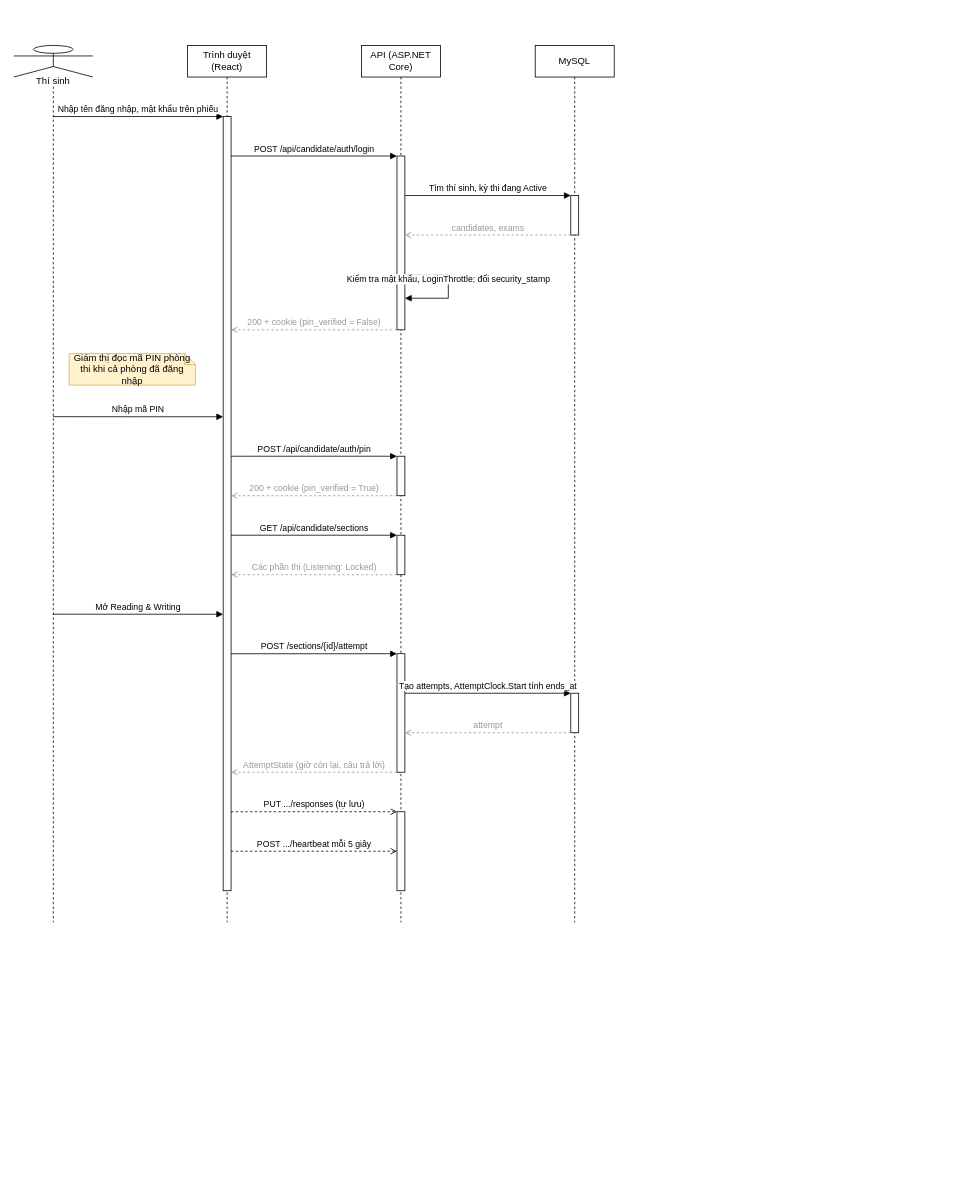
Earlier version of the draw.io diagram thesis/diagrams/seq-candidate-login.drawio (trhlow/cambridge-exam-prep). Source tidied: cells renumbered, new cells numbered last; positions are measured from the earlier drawing's top-left corner, leaving out a move shared by most shapes. Both pictures are drawn from the tidied source at 79%, with x=0, y=0 at pixel (13, 45).
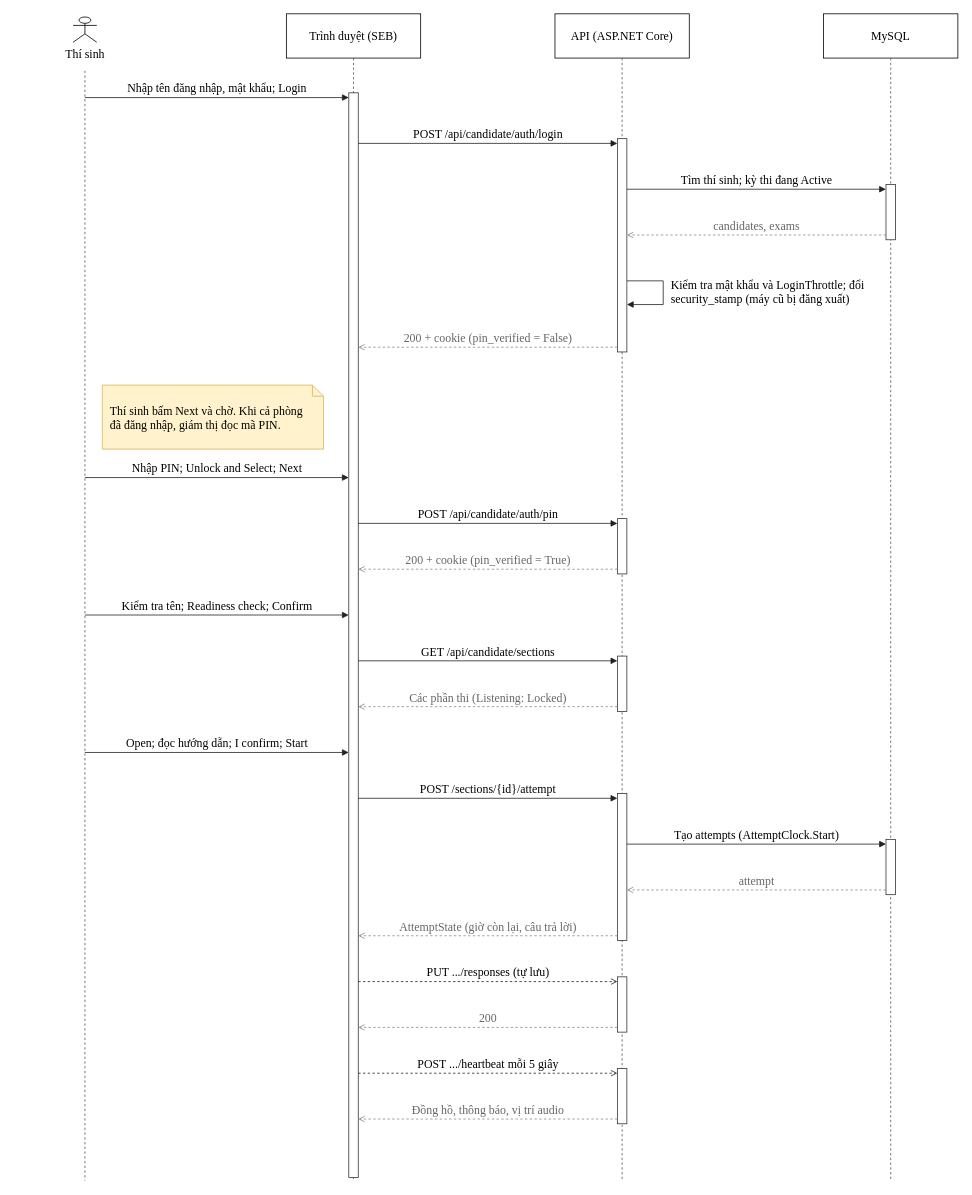
After the change.

What changed in the source:
```diff
@@
-    <mxCell id="2" value="Thí sinh" style="shape=umlLifeline;perimeter=lifelinePerimeter;whiteSpace=wrap;html=1;outlineConnect=0;portConstraint=eastwest;size=40;participant=umlActor;verticalAlign=bottom;spacingBottom=-14;labelBackgroundColor=#ffffff;" parent="1" vertex="1">
-      <mxGeometry width="100" height="1110" as="geometry" />
+    <mxCell id="2" value="Thí sinh" style="shape=umlActor;verticalLabelPosition=bottom;verticalAlign=top;html=1;outlineConnect=0;fontFamily=Times New Roman;fontSize=15;" parent="1" vertex="1">
+      <mxGeometry x="75" y="-36" width="30" height="32" as="geometry" />
     </mxCell>
-    <mxCell id="3" value="Trình duyệt (React)" style="shape=umlLifeline;perimeter=lifelinePerimeter;whiteSpace=wrap;html=1;size=40;" parent="1" vertex="1">
-      <mxGeometry x="220" width="100" height="1110" as="geometry" />
-    </mxCell>
+    <mxCell id="33" style="endArrow=none;dashed=1;html=1;strokeColor=#555555;" parent="1" edge="1">
+      <mxGeometry relative="1" as="geometry">
+        <mxPoint x="90" y="32" as="sourcePoint" />
+        <mxPoint x="90" y="1437" as="targetPoint" />
+      </mxGeometry>
+    </mxCell>
+    <mxCell id="34" value="Trình duyệt (SEB)" style="rounded=0;whiteSpace=wrap;html=1;fontFamily=Times New Roman;fontSize=15;" parent="1" vertex="1">
+      <mxGeometry x="345" y="-40" width="170" height="56" as="geometry" />
+    </mxCell>
+    <mxCell id="35" style="endArrow=none;dashed=1;html=1;strokeColor=#555555;" parent="1" edge="1">
+      <mxGeometry relative="1" as="geometry">
+        <mxPoint x="430" y="16" as="sourcePoint" />
+        <mxPoint x="430" y="1437" as="targetPoint" />
+      </mxGeometry>
+    </mxCell>
-    <mxCell id="4" value="API (ASP.NET Core)" style="shape=umlLifeline;perimeter=lifelinePerimeter;whiteSpace=wrap;html=1;size=40;" parent="1" vertex="1">
-      <mxGeometry x="440" width="100" height="1110" as="geometry" />
+    <mxCell id="4" value="API (ASP.NET Core)" style="rounded=0;whiteSpace=wrap;html=1;fontFamily=Times New Roman;fontSize=15;" parent="1" vertex="1">
+      <mxGeometry x="685" y="-40" width="170" height="56" as="geometry" />
     </mxCell>
+    <mxCell id="36" style="endArrow=none;dashed=1;html=1;strokeColor=#555555;" parent="1" edge="1">
+      <mxGeometry relative="1" as="geometry">
+        <mxPoint x="770" y="16" as="sourcePoint" />
+        <mxPoint x="770" y="1437" as="targetPoint" />
+      </mxGeometry>
+    </mxCell>
-    <mxCell id="5" value="MySQL" style="shape=umlLifeline;perimeter=lifelinePerimeter;whiteSpace=wrap;html=1;size=40;" parent="1" vertex="1">
-      <mxGeometry x="660" width="100" height="1110" as="geometry" />
+    <mxCell id="5" value="MySQL" style="rounded=0;whiteSpace=wrap;html=1;fontFamily=Times New Roman;fontSize=15;" parent="1" vertex="1">
+      <mxGeometry x="1025" y="-40" width="170" height="56" as="geometry" />
     </mxCell>
-    <mxCell id="6" style="html=1;points=[];perimeter=orthogonalPerimeter;outlineConnect=0;fillColor=#ffffff;" parent="5" vertex="1">
-      <mxGeometry x="45" y="190" width="10" height="50" as="geometry" />
-    </mxCell>
-    <mxCell id="7" style="html=1;points=[];perimeter=orthogonalPerimeter;outlineConnect=0;fillColor=#ffffff;" parent="4" vertex="1">
-      <mxGeometry x="45" y="140" width="10" height="220" as="geometry" />
-    </mxCell>
-    <mxCell id="8" style="html=1;points=[];perimeter=orthogonalPerimeter;outlineConnect=0;fillColor=#ffffff;" parent="4" vertex="1">
-      <mxGeometry x="45" y="520" width="10" height="50" as="geometry" />
-    </mxCell>
-    <mxCell id="9" style="html=1;points=[];perimeter=orthogonalPerimeter;outlineConnect=0;fillColor=#ffffff;" parent="4" vertex="1">
-      <mxGeometry x="45" y="620" width="10" height="50" as="geometry" />
-    </mxCell>
-    <mxCell id="10" style="html=1;points=[];perimeter=orthogonalPerimeter;outlineConnect=0;fillColor=#ffffff;" parent="5" vertex="1">
-      <mxGeometry x="45" y="820" width="10" height="50" as="geometry" />
-    </mxCell>
-    <mxCell id="11" style="html=1;points=[];perimeter=orthogonalPerimeter;outlineConnect=0;fillColor=#ffffff;" parent="4" vertex="1">
-      <mxGeometry x="45" y="770" width="10" height="150" as="geometry" />
-    </mxCell>
-    <mxCell id="12" style="html=1;points=[];perimeter=orthogonalPerimeter;outlineConnect=0;fillColor=#ffffff;" parent="3" vertex="1">
-      <mxGeometry x="45" y="90" width="10" height="980" as="geometry" />
-    </mxCell>
-    <mxCell id="13" style="html=1;points=[];perimeter=orthogonalPerimeter;outlineConnect=0;fillColor=#ffffff;" parent="4" vertex="1">
-      <mxGeometry x="45" y="970" width="10" height="100" as="geometry" />
-    </mxCell>
-    <mxCell id="14" value="Nhập tên đăng nhập, mật khẩu trên phiếu" style="html=1;verticalAlign=bottom;endArrow=block;curved=0;rounded=0;exitX=0.5;exitY=0.0811;entryX=0;entryY=0.0;" parent="1" edge="1" source="2" target="12">
-      <mxGeometry relative="1" as="geometry" />
-    </mxCell>
+    <mxCell id="37" style="endArrow=none;dashed=1;html=1;strokeColor=#555555;" parent="1" edge="1">
+      <mxGeometry relative="1" as="geometry">
+        <mxPoint x="1110" y="16" as="sourcePoint" />
+        <mxPoint x="1110" y="1437" as="targetPoint" />
+      </mxGeometry>
+    </mxCell>
+    <mxCell id="38" style="rounded=0;whiteSpace=wrap;html=1;fillColor=#ffffff;strokeColor=#333333;" parent="1" vertex="1">
+      <mxGeometry x="1104" y="176" width="12" height="70" as="geometry" />
+    </mxCell>
+    <mxCell id="39" style="rounded=0;whiteSpace=wrap;html=1;fillColor=#ffffff;strokeColor=#333333;" parent="1" vertex="1">
+      <mxGeometry x="764" y="118" width="12" height="270" as="geometry" />
+    </mxCell>
+    <mxCell id="40" style="rounded=0;whiteSpace=wrap;html=1;fillColor=#ffffff;strokeColor=#333333;" parent="1" vertex="1">
+      <mxGeometry x="764" y="599" width="12" height="70" as="geometry" />
+    </mxCell>
+    <mxCell id="41" style="rounded=0;whiteSpace=wrap;html=1;fillColor=#ffffff;strokeColor=#333333;" parent="1" vertex="1">
+      <mxGeometry x="764" y="773" width="12" height="70" as="geometry" />
+    </mxCell>
+    <mxCell id="42" style="rounded=0;whiteSpace=wrap;html=1;fillColor=#ffffff;strokeColor=#333333;" parent="1" vertex="1">
+      <mxGeometry x="1104" y="1005" width="12" height="70" as="geometry" />
+    </mxCell>
+    <mxCell id="43" style="rounded=0;whiteSpace=wrap;html=1;fillColor=#ffffff;strokeColor=#333333;" parent="1" vertex="1">
+      <mxGeometry x="764" y="947" width="12" height="186" as="geometry" />
+    </mxCell>
+    <mxCell id="44" style="rounded=0;whiteSpace=wrap;html=1;fillColor=#ffffff;strokeColor=#333333;" parent="1" vertex="1">
+      <mxGeometry x="764" y="1179" width="12" height="70" as="geometry" />
+    </mxCell>
+    <mxCell id="45" style="rounded=0;whiteSpace=wrap;html=1;fillColor=#ffffff;strokeColor=#333333;" parent="1" vertex="1">
+      <mxGeometry x="764" y="1295" width="12" height="70" as="geometry" />
+    </mxCell>
+    <mxCell id="46" style="rounded=0;whiteSpace=wrap;html=1;fillColor=#ffffff;strokeColor=#333333;" parent="1" vertex="1">
+      <mxGeometry x="424" y="60" width="12" height="1373" as="geometry" />
+    </mxCell>
+    <mxCell id="47" value="Nhập tên đăng nhập, mật khẩu; Login" style="endArrow=block;endFill=1;html=1;rounded=0;strokeColor=#222222;fontFamily=Times New Roman;fontSize=15;labelBackgroundColor=#ffffff;verticalAlign=bottom;" parent="1" edge="1">
+      <mxGeometry relative="1" as="geometry">
+        <mxPoint x="90" y="66" as="sourcePoint" />
+        <mxPoint x="424" y="66" as="targetPoint" />
+      </mxGeometry>
+    </mxCell>
-    <mxCell id="15" value="POST /api/candidate/auth/login" style="html=1;verticalAlign=bottom;endArrow=block;curved=0;rounded=0;exitX=1;exitY=0.051;entryX=0;entryY=0.0;" parent="1" edge="1" source="12" target="7">
-      <mxGeometry relative="1" as="geometry" />
+    <mxCell id="15" value="POST /api/candidate/auth/login" style="endArrow=block;endFill=1;html=1;rounded=0;strokeColor=#222222;fontFamily=Times New Roman;fontSize=15;labelBackgroundColor=#ffffff;verticalAlign=bottom;" parent="1" edge="1">
+      <mxGeometry relative="1" as="geometry">
+        <mxPoint x="436" y="124" as="sourcePoint" />
+        <mxPoint x="764" y="124" as="targetPoint" />
+      </mxGeometry>
     </mxCell>
-    <mxCell id="16" value="Tìm thí sinh, kỳ thi đang Active" style="html=1;verticalAlign=bottom;endArrow=block;curved=0;rounded=0;exitX=1;exitY=0.2273;entryX=0;entryY=0.0;" parent="1" edge="1" source="7" target="6">
-      <mxGeometry relative="1" as="geometry" />
-    </mxCell>
+    <mxCell id="48" value="Tìm thí sinh; kỳ thi đang Active" style="endArrow=block;endFill=1;html=1;rounded=0;strokeColor=#222222;fontFamily=Times New Roman;fontSize=15;labelBackgroundColor=#ffffff;verticalAlign=bottom;" parent="1" edge="1">
+      <mxGeometry relative="1" as="geometry">
+        <mxPoint x="776" y="182" as="sourcePoint" />
+        <mxPoint x="1104" y="182" as="targetPoint" />
+      </mxGeometry>
+    </mxCell>
-    <mxCell id="17" value="candidates, exams" style="html=1;verticalAlign=bottom;endArrow=open;dashed=1;curved=0;rounded=0;strokeColor=#999999;fontColor=#999999;exitX=0;exitY=1.0;entryX=1;entryY=0.4545;" parent="1" edge="1" source="6" target="7">
-      <mxGeometry relative="1" as="geometry" />
+    <mxCell id="17" value="candidates, exams" style="endArrow=open;dashed=1;html=1;rounded=0;strokeColor=#888888;fontColor=#666666;fontFamily=Times New Roman;fontSize=15;labelBackgroundColor=#ffffff;verticalAlign=bottom;" parent="1" edge="1">
+      <mxGeometry relative="1" as="geometry">
+        <mxPoint x="1104" y="240" as="sourcePoint" />
+        <mxPoint x="776" y="240" as="targetPoint" />
+      </mxGeometry>
     </mxCell>
-    <mxCell id="18" value="Kiểm tra mật khẩu, LoginThrottle; đổi security_stamp" style="html=1;verticalAlign=bottom;endArrow=block;curved=0;rounded=0;exitX=1;exitY=0.6818;entryX=1;entryY=0.8182;" parent="1" edge="1" source="7" target="7">
-      <mxGeometry relative="1" as="geometry">
-        <Array as="points">
-          <mxPoint x="550" y="290" />
-          <mxPoint x="550" y="320" />
-        </Array>
-      </mxGeometry>
-    </mxCell>
+    <mxCell id="49" style="endArrow=block;endFill=1;html=1;rounded=0;strokeColor=#222222;fontFamily=Times New Roman;fontSize=15;labelBackgroundColor=#ffffff;verticalAlign=bottom;" parent="1" edge="1">
+      <mxGeometry relative="1" as="geometry">
+        <mxPoint x="776" y="298" as="sourcePoint" />
+        <mxPoint x="776" y="328" as="targetPoint" />
+        <Array as="points">
+          <mxPoint x="822" y="298" />
+          <mxPoint x="822" y="328" />
+        </Array>
+      </mxGeometry>
+    </mxCell>
+    <mxCell id="50" value="Kiểm tra mật khẩu và LoginThrottle; đổi security_stamp (máy cũ bị đăng xuất)" style="text;html=1;whiteSpace=wrap;align=left;verticalAlign=middle;fontFamily=Times New Roman;fontSize=15;" parent="1" vertex="1">
+      <mxGeometry x="830" y="292" width="270" height="40" as="geometry" />
+    </mxCell>
-    <mxCell id="19" value="200 + cookie (pin_verified = False)" style="html=1;verticalAlign=bottom;endArrow=open;dashed=1;curved=0;rounded=0;strokeColor=#999999;fontColor=#999999;exitX=0;exitY=1.0;entryX=1;entryY=0.2755;" parent="1" edge="1" source="7" target="12">
-      <mxGeometry relative="1" as="geometry" />
+    <mxCell id="19" value="200 + cookie (pin_verified = False)" style="endArrow=open;dashed=1;html=1;rounded=0;strokeColor=#888888;fontColor=#666666;fontFamily=Times New Roman;fontSize=15;labelBackgroundColor=#ffffff;verticalAlign=bottom;" parent="1" edge="1">
+      <mxGeometry relative="1" as="geometry">
+        <mxPoint x="764" y="382" as="sourcePoint" />
+        <mxPoint x="436" y="382" as="targetPoint" />
+      </mxGeometry>
     </mxCell>
-    <mxCell id="20" value="Giám thị đọc mã PIN phòng thi khi cả phòng đã đăng nhập" style="shape=note;whiteSpace=wrap;html=1;size=14;fillColor=#fff2cc;strokeColor=#d6b656;" parent="1" vertex="1">
-      <mxGeometry x="70" y="390" width="160" height="40" as="geometry" />
-    </mxCell>
-    <mxCell id="21" value="Nhập mã PIN" style="html=1;verticalAlign=bottom;endArrow=block;curved=0;rounded=0;exitX=0.5;exitY=0.4234;entryX=0;entryY=0.3878;" parent="1" edge="1" source="2" target="12">
-      <mxGeometry relative="1" as="geometry" />
-    </mxCell>
+    <mxCell id="51" value="Thí sinh bấm Next và chờ. Khi cả phòng đã đăng nhập, giám thị đọc mã PIN." style="shape=note;whiteSpace=wrap;html=1;size=14;fillColor=#fff2cc;strokeColor=#d6b656;align=left;spacingLeft=8;spacingRight=8;fontFamily=Times New Roman;fontSize=15;" parent="1" vertex="1">
+      <mxGeometry x="112" y="430" width="280" height="81" as="geometry" />
+    </mxCell>
+    <mxCell id="52" value="Nhập PIN; Unlock and Select; Next" style="endArrow=block;endFill=1;html=1;rounded=0;strokeColor=#222222;fontFamily=Times New Roman;fontSize=15;labelBackgroundColor=#ffffff;verticalAlign=bottom;" parent="1" edge="1">
+      <mxGeometry relative="1" as="geometry">
+        <mxPoint x="90" y="547" as="sourcePoint" />
+        <mxPoint x="424" y="547" as="targetPoint" />
+      </mxGeometry>
+    </mxCell>
-    <mxCell id="22" value="POST /api/candidate/auth/pin" style="html=1;verticalAlign=bottom;endArrow=block;curved=0;rounded=0;exitX=1;exitY=0.4388;entryX=0;entryY=0.0;" parent="1" edge="1" source="12" target="8">
-      <mxGeometry relative="1" as="geometry" />
+    <mxCell id="22" value="POST /api/candidate/auth/pin" style="endArrow=block;endFill=1;html=1;rounded=0;strokeColor=#222222;fontFamily=Times New Roman;fontSize=15;labelBackgroundColor=#ffffff;verticalAlign=bottom;" parent="1" edge="1">
+      <mxGeometry relative="1" as="geometry">
+        <mxPoint x="436" y="605" as="sourcePoint" />
+        <mxPoint x="764" y="605" as="targetPoint" />
+      </mxGeometry>
     </mxCell>
-    <mxCell id="23" value="200 + cookie (pin_verified = True)" style="html=1;verticalAlign=bottom;endArrow=open;dashed=1;curved=0;rounded=0;strokeColor=#999999;fontColor=#999999;exitX=0;exitY=1.0;entryX=1;entryY=0.4898;" parent="1" edge="1" source="8" target="12">
-      <mxGeometry relative="1" as="geometry" />
+    <mxCell id="23" value="200 + cookie (pin_verified = True)" style="endArrow=open;dashed=1;html=1;rounded=0;strokeColor=#888888;fontColor=#666666;fontFamily=Times New Roman;fontSize=15;labelBackgroundColor=#ffffff;verticalAlign=bottom;" parent="1" edge="1">
+      <mxGeometry relative="1" as="geometry">
+        <mxPoint x="764" y="663" as="sourcePoint" />
+        <mxPoint x="436" y="663" as="targetPoint" />
+      </mxGeometry>
     </mxCell>
+    <mxCell id="53" value="Kiểm tra tên; Readiness check; Confirm" style="endArrow=block;endFill=1;html=1;rounded=0;strokeColor=#222222;fontFamily=Times New Roman;fontSize=15;labelBackgroundColor=#ffffff;verticalAlign=bottom;" parent="1" edge="1">
+      <mxGeometry relative="1" as="geometry">
+        <mxPoint x="90" y="721" as="sourcePoint" />
+        <mxPoint x="424" y="721" as="targetPoint" />
+      </mxGeometry>
+    </mxCell>
-    <mxCell id="24" value="GET /api/candidate/sections" style="html=1;verticalAlign=bottom;endArrow=block;curved=0;rounded=0;exitX=1;exitY=0.5408;entryX=0;entryY=0.0;" parent="1" edge="1" source="12" target="9">
-      <mxGeometry relative="1" as="geometry" />
+    <mxCell id="24" value="GET /api/candidate/sections" style="endArrow=block;endFill=1;html=1;rounded=0;strokeColor=#222222;fontFamily=Times New Roman;fontSize=15;labelBackgroundColor=#ffffff;verticalAlign=bottom;" parent="1" edge="1">
+      <mxGeometry relative="1" as="geometry">
+        <mxPoint x="436" y="779" as="sourcePoint" />
+        <mxPoint x="764" y="779" as="targetPoint" />
+      </mxGeometry>
     </mxCell>
-    <mxCell id="25" value="Các phần thi (Listening: Locked)" style="html=1;verticalAlign=bottom;endArrow=open;dashed=1;curved=0;rounded=0;strokeColor=#999999;fontColor=#999999;exitX=0;exitY=1.0;entryX=1;entryY=0.5918;" parent="1" edge="1" source="9" target="12">
-      <mxGeometry relative="1" as="geometry" />
+    <mxCell id="25" value="Các phần thi (Listening: Locked)" style="endArrow=open;dashed=1;html=1;rounded=0;strokeColor=#888888;fontColor=#666666;fontFamily=Times New Roman;fontSize=15;labelBackgroundColor=#ffffff;verticalAlign=bottom;" parent="1" edge="1">
+      <mxGeometry relative="1" as="geometry">
+        <mxPoint x="764" y="837" as="sourcePoint" />
+        <mxPoint x="436" y="837" as="targetPoint" />
+      </mxGeometry>
     </mxCell>
-    <mxCell id="26" value="Mở Reading &amp; Writing" style="html=1;verticalAlign=bottom;endArrow=block;curved=0;rounded=0;exitX=0.5;exitY=0.6486;entryX=0;entryY=0.6429;" parent="1" edge="1" source="2" target="12">
-      <mxGeometry relative="1" as="geometry" />
-    </mxCell>
+    <mxCell id="54" value="Open; đọc hướng dẫn; I confirm; Start" style="endArrow=block;endFill=1;html=1;rounded=0;strokeColor=#222222;fontFamily=Times New Roman;fontSize=15;labelBackgroundColor=#ffffff;verticalAlign=bottom;" parent="1" edge="1">
+      <mxGeometry relative="1" as="geometry">
+        <mxPoint x="90" y="895" as="sourcePoint" />
+        <mxPoint x="424" y="895" as="targetPoint" />
+      </mxGeometry>
+    </mxCell>
-    <mxCell id="27" value="POST /sections/{id}/attempt" style="html=1;verticalAlign=bottom;endArrow=block;curved=0;rounded=0;exitX=1;exitY=0.6939;entryX=0;entryY=0.0;" parent="1" edge="1" source="12" target="11">
-      <mxGeometry relative="1" as="geometry" />
+    <mxCell id="27" value="POST /sections/{id}/attempt" style="endArrow=block;endFill=1;html=1;rounded=0;strokeColor=#222222;fontFamily=Times New Roman;fontSize=15;labelBackgroundColor=#ffffff;verticalAlign=bottom;" parent="1" edge="1">
+      <mxGeometry relative="1" as="geometry">
+        <mxPoint x="436" y="953" as="sourcePoint" />
+        <mxPoint x="764" y="953" as="targetPoint" />
+      </mxGeometry>
     </mxCell>
-    <mxCell id="28" value="Tạo attempts, AttemptClock.Start tính ends_at" style="html=1;verticalAlign=bottom;endArrow=block;curved=0;rounded=0;exitX=1;exitY=0.3333;entryX=0;entryY=0.0;" parent="1" edge="1" source="11" target="10">
-      <mxGeometry relative="1" as="geometry" />
-    </mxCell>
+    <mxCell id="55" value="Tạo attempts (AttemptClock.Start)" style="endArrow=block;endFill=1;html=1;rounded=0;strokeColor=#222222;fontFamily=Times New Roman;fontSize=15;labelBackgroundColor=#ffffff;verticalAlign=bottom;" parent="1" edge="1">
+      <mxGeometry relative="1" as="geometry">
+        <mxPoint x="776" y="1011" as="sourcePoint" />
+        <mxPoint x="1104" y="1011" as="targetPoint" />
+      </mxGeometry>
+    </mxCell>
-    <mxCell id="29" value="attempt" style="html=1;verticalAlign=bottom;endArrow=open;dashed=1;curved=0;rounded=0;strokeColor=#999999;fontColor=#999999;exitX=0;exitY=1.0;entryX=1;entryY=0.6667;" parent="1" edge="1" source="10" target="11">
-      <mxGeometry relative="1" as="geometry" />
+    <mxCell id="29" value="attempt" style="endArrow=open;dashed=1;html=1;rounded=0;strokeColor=#888888;fontColor=#666666;fontFamily=Times New Roman;fontSize=15;labelBackgroundColor=#ffffff;verticalAlign=bottom;" parent="1" edge="1">
+      <mxGeometry relative="1" as="geometry">
+        <mxPoint x="1104" y="1069" as="sourcePoint" />
+        <mxPoint x="776" y="1069" as="targetPoint" />
+      </mxGeometry>
     </mxCell>
-    <mxCell id="30" value="AttemptState (giờ còn lại, câu trả lời)" style="html=1;verticalAlign=bottom;endArrow=open;dashed=1;curved=0;rounded=0;strokeColor=#999999;fontColor=#999999;exitX=0;exitY=1.0;entryX=1;entryY=0.8469;" parent="1" edge="1" source="11" target="12">
-      <mxGeometry relative="1" as="geometry" />
+    <mxCell id="30" value="AttemptState (giờ còn lại, câu trả lời)" style="endArrow=open;dashed=1;html=1;rounded=0;strokeColor=#888888;fontColor=#666666;fontFamily=Times New Roman;fontSize=15;labelBackgroundColor=#ffffff;verticalAlign=bottom;" parent="1" edge="1">
+      <mxGeometry relative="1" as="geometry">
+        <mxPoint x="764" y="1127" as="sourcePoint" />
+        <mxPoint x="436" y="1127" as="targetPoint" />
+      </mxGeometry>
     </mxCell>
-    <mxCell id="31" value="PUT .../responses (tự lưu)" style="html=1;verticalAlign=bottom;endArrow=open;dashed=1;curved=0;rounded=0;exitX=1;exitY=0.898;entryX=0;entryY=0.0;" parent="1" edge="1" source="12" target="13">
-      <mxGeometry relative="1" as="geometry" />
+    <mxCell id="31" value="PUT .../responses (tự lưu)" style="endArrow=open;dashed=1;html=1;rounded=0;strokeColor=#222222;fontFamily=Times New Roman;fontSize=15;labelBackgroundColor=#ffffff;verticalAlign=bottom;" parent="1" edge="1">
+      <mxGeometry relative="1" as="geometry">
+        <mxPoint x="436" y="1185" as="sourcePoint" />
+        <mxPoint x="764" y="1185" as="targetPoint" />
+      </mxGeometry>
     </mxCell>
+    <mxCell id="56" value="200" style="endArrow=open;dashed=1;html=1;rounded=0;strokeColor=#888888;fontColor=#666666;fontFamily=Times New Roman;fontSize=15;labelBackgroundColor=#ffffff;verticalAlign=bottom;" parent="1" edge="1">
+      <mxGeometry relative="1" as="geometry">
+        <mxPoint x="764" y="1243" as="sourcePoint" />
+        <mxPoint x="436" y="1243" as="targetPoint" />
+      </mxGeometry>
+    </mxCell>
-    <mxCell id="32" value="POST .../heartbeat mỗi 5 giây" style="html=1;verticalAlign=bottom;endArrow=open;dashed=1;curved=0;rounded=0;exitX=1;exitY=0.949;entryX=0;entryY=0.5;" parent="1" edge="1" source="12" target="13">
-      <mxGeometry relative="1" as="geometry" />
+    <mxCell id="32" value="POST .../heartbeat mỗi 5 giây" style="endArrow=open;dashed=1;html=1;rounded=0;strokeColor=#222222;fontFamily=Times New Roman;fontSize=15;labelBackgroundColor=#ffffff;verticalAlign=bottom;" parent="1" edge="1">
+      <mxGeometry relative="1" as="geometry">
+        <mxPoint x="436" y="1301" as="sourcePoint" />
+        <mxPoint x="764" y="1301" as="targetPoint" />
+      </mxGeometry>
     </mxCell>
+    <mxCell id="57" value="Đồng hồ, thông báo, vị trí audio" style="endArrow=open;dashed=1;html=1;rounded=0;strokeColor=#888888;fontColor=#666666;fontFamily=Times New Roman;fontSize=15;labelBackgroundColor=#ffffff;verticalAlign=bottom;" parent="1" edge="1">
+      <mxGeometry relative="1" as="geometry">
+        <mxPoint x="764" y="1359" as="sourcePoint" />
+        <mxPoint x="436" y="1359" as="targetPoint" />
+      </mxGeometry>
+    </mxCell>
```
